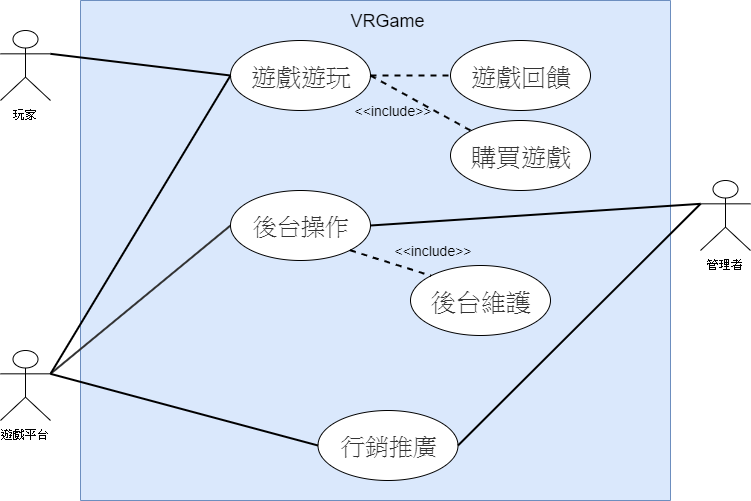
The draw.io diagram All使用案例圖.png in 0624036/0624036_OO, before a commit. Source tidied: cells renumbered, new cells last; positions are measured from the earlier drawing's top-left corner, leaving out a move shared by most shapes.
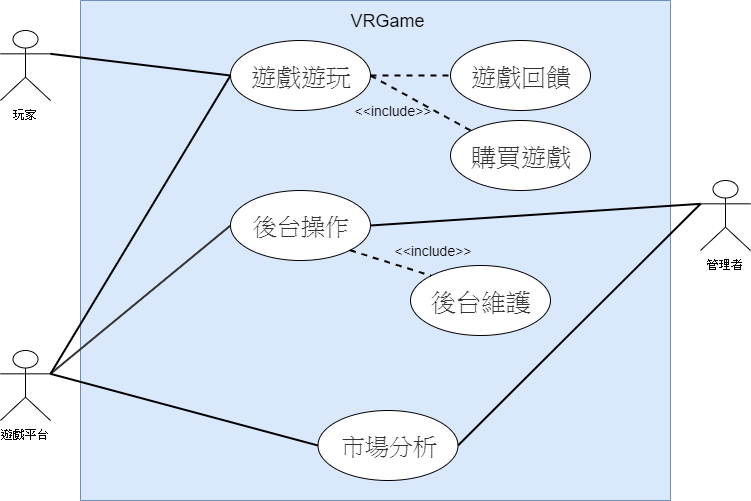
The same diagram one commit later.

Commit message:
Added All使用案例圖.png

The edit, as a diff of the source:
```diff
@@ -32,7 +32,7 @@
     <mxCell id="11" value="&lt;font color=&quot;#333333&quot;&gt;&lt;span style=&quot;font-size: 24px&quot;&gt;後台操作&lt;/span&gt;&lt;/font&gt;" style="ellipse;whiteSpace=wrap;html=1;" parent="1" vertex="1">
       <mxGeometry x="230" y="190" width="140" height="70" as="geometry" />
     </mxCell>
-    <mxCell id="12" value="&lt;font color=&quot;#333333&quot;&gt;&lt;span style=&quot;font-size: 24px&quot;&gt;行銷推廣&lt;/span&gt;&lt;/font&gt;" style="ellipse;whiteSpace=wrap;html=1;" parent="1" vertex="1">
+    <mxCell id="12" value="&lt;font color=&quot;#333333&quot;&gt;&lt;span style=&quot;font-size: 24px&quot;&gt;市場分析&lt;/span&gt;&lt;/font&gt;" style="ellipse;whiteSpace=wrap;html=1;" parent="1" vertex="1">
       <mxGeometry x="317.5" y="410" width="140" height="70" as="geometry" />
     </mxCell>
     <mxCell id="13" style="endArrow=none;html=1;strokeWidth=2;entryX=0;entryY=0.5;entryDx=0;entryDy=0;exitX=1;exitY=0.3333333333333333;exitDx=0;exitDy=0;exitPerimeter=0;" parent="1" edge="1" source="5" target="9">
```
